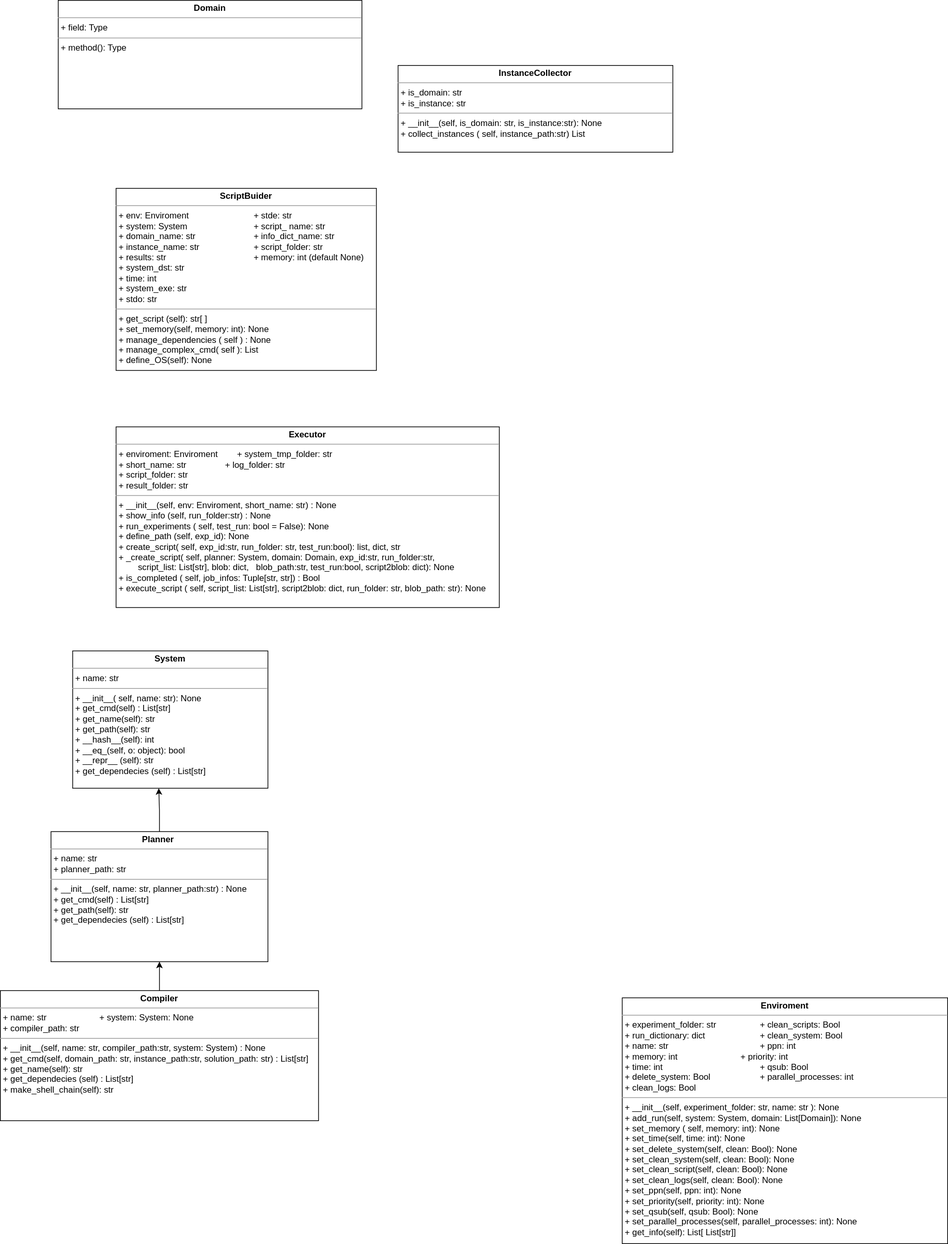
The draw.io diagram Class_diagram.drawio.svg in LBonassi95/planning-experiments, before a commit. Source tidied: cells renumbered, new cells last; positions are measured from the earlier drawing's top-left corner, leaving out a move shared by most shapes.
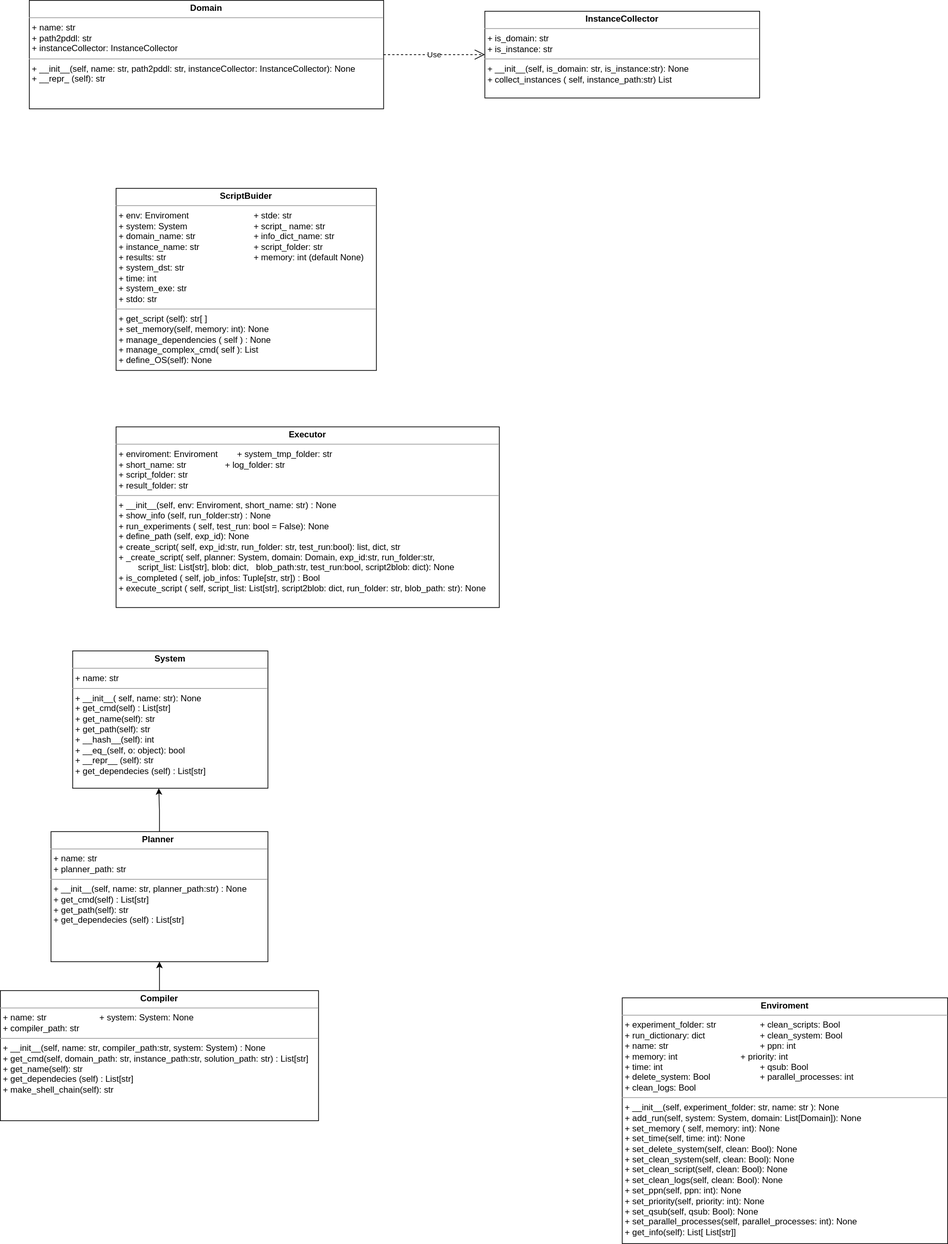
The same diagram one commit later.

What changed in the source:
```diff
@@ -21,10 +21,10 @@
       <mxGeometry x="860" y="1380" width="450" height="340" as="geometry" />
     </mxCell>
     <mxCell id="8" value="&lt;p style=&quot;margin:0px;margin-top:4px;text-align:center;&quot;&gt;&lt;b&gt;InstanceCollector&lt;/b&gt;&lt;/p&gt;&lt;hr size=&quot;1&quot;&gt;&lt;p style=&quot;margin:0px;margin-left:4px;&quot;&gt;+ is_domain: str&lt;/p&gt;&lt;p style=&quot;margin:0px;margin-left:4px;&quot;&gt;+ is_instance: str&lt;/p&gt;&lt;hr size=&quot;1&quot;&gt;&lt;p style=&quot;margin:0px;margin-left:4px;&quot;&gt;+ __init__(self, is_domain: str, is_instance:str): None&lt;/p&gt;&lt;p style=&quot;margin:0px;margin-left:4px;&quot;&gt;+ collect_instances ( self, instance_path:str) List&lt;/p&gt;&lt;p style=&quot;margin:0px;margin-left:4px;&quot;&gt;&lt;br&gt;&lt;/p&gt;" style="verticalAlign=top;align=left;overflow=fill;fontSize=12;fontFamily=Helvetica;html=1;whiteSpace=wrap;" parent="1" vertex="1">
-      <mxGeometry x="550" y="90" width="380" height="120" as="geometry" />
+      <mxGeometry x="670" y="15" width="380" height="120" as="geometry" />
     </mxCell>
-    <mxCell id="9" value="&lt;p style=&quot;margin:0px;margin-top:4px;text-align:center;&quot;&gt;&lt;b&gt;Domain&lt;/b&gt;&lt;/p&gt;&lt;hr size=&quot;1&quot;&gt;&lt;p style=&quot;margin:0px;margin-left:4px;&quot;&gt;+ field: Type&lt;/p&gt;&lt;hr size=&quot;1&quot;&gt;&lt;p style=&quot;margin:0px;margin-left:4px;&quot;&gt;+ method(): Type&lt;/p&gt;" style="verticalAlign=top;align=left;overflow=fill;fontSize=12;fontFamily=Helvetica;html=1;whiteSpace=wrap;" parent="1" vertex="1">
-      <mxGeometry x="80" width="420" height="150" as="geometry" />
+    <mxCell id="9" value="&lt;p style=&quot;margin:0px;margin-top:4px;text-align:center;&quot;&gt;&lt;b&gt;Domain&lt;/b&gt;&lt;/p&gt;&lt;hr size=&quot;1&quot;&gt;&lt;p style=&quot;margin:0px;margin-left:4px;&quot;&gt;+ name: str&lt;/p&gt;&lt;p style=&quot;margin:0px;margin-left:4px;&quot;&gt;+ path2pddl: str&lt;/p&gt;&lt;p style=&quot;margin:0px;margin-left:4px;&quot;&gt;+ instanceCollector: InstanceCollector&lt;/p&gt;&lt;hr size=&quot;1&quot;&gt;&lt;p style=&quot;margin:0px;margin-left:4px;&quot;&gt;+ __init__(self, name: str, path2pddl: str, instanceCollector: InstanceCollector): None&lt;/p&gt;&lt;p style=&quot;margin:0px;margin-left:4px;&quot;&gt;+ __repr_ (self): str&lt;/p&gt;" style="verticalAlign=top;align=left;overflow=fill;fontSize=12;fontFamily=Helvetica;html=1;whiteSpace=wrap;" parent="1" vertex="1">
+      <mxGeometry x="40" width="490" height="150" as="geometry" />
     </mxCell>
     <mxCell id="10" style="endArrow=classic;html=1;rounded=0;exitX=0.5;exitY=0;exitDx=0;exitDy=0;entryX=0.441;entryY=1;entryDx=0;entryDy=0;entryPerimeter=0;" parent="1" edge="1" source="5" target="4">
       <mxGeometry relative="1" as="geometry">
@@ -36,5 +36,8 @@
     <mxCell id="11" style="endArrow=classic;html=1;rounded=0;exitX=0.5;exitY=0;exitDx=0;exitDy=0;entryX=0.5;entryY=1;entryDx=0;entryDy=0;" parent="1" edge="1" source="6" target="5">
       <mxGeometry relative="1" as="geometry" />
     </mxCell>
+    <mxCell id="12" value="Use" style="endArrow=open;endSize=12;dashed=1;html=1;rounded=0;exitX=1;exitY=0.5;exitDx=0;exitDy=0;entryX=0;entryY=0.5;entryDx=0;entryDy=0;" parent="1" edge="1" source="9" target="8">
+      <mxGeometry relative="1" as="geometry" />
+    </mxCell>
   </root>
 </mxGraphModel>
```
